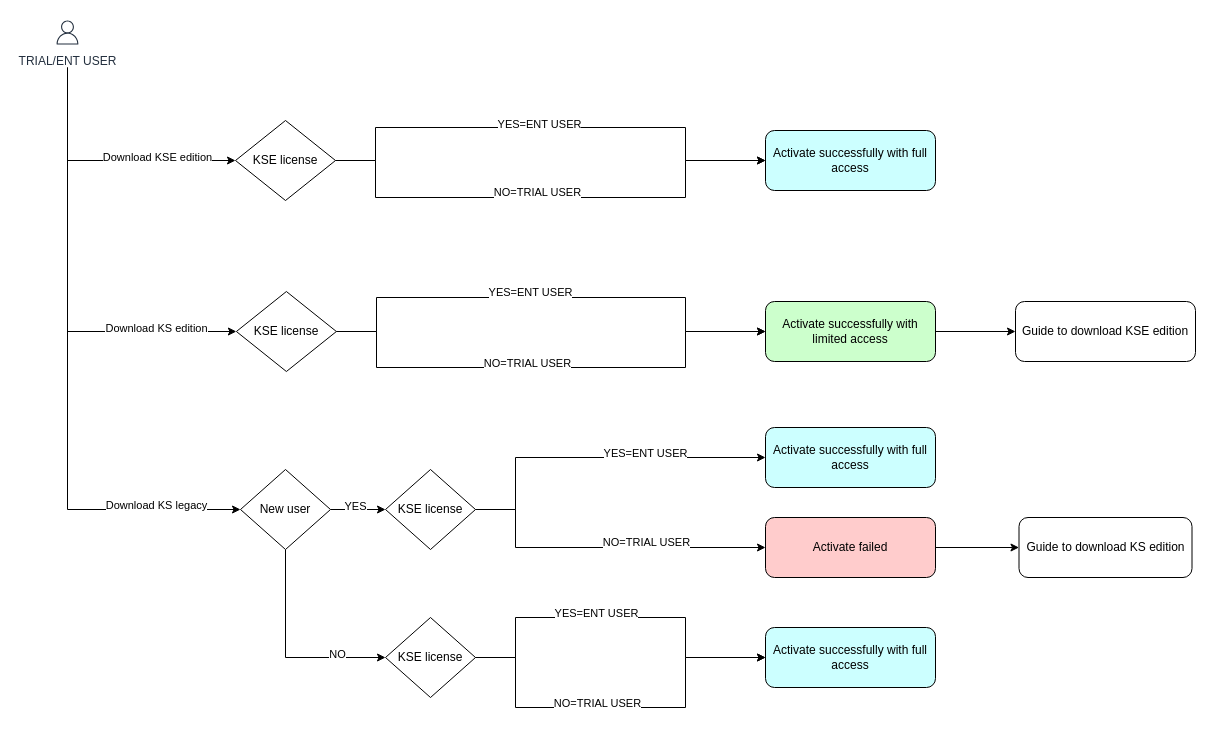
This is page "trial-paid-user-flow" (2 of 3) of free-trial-ent-activation-rule.drawio from nhpthuy/chart, a draw.io file, before an edit. Source tidied: cells renumbered, new cells numbered last; positions are measured from the earlier drawing's top-left corner, leaving out a move shared by most shapes. Both pictures are drawn from the tidied source at 100%, with x=0, y=0 at pixel (52, 17).
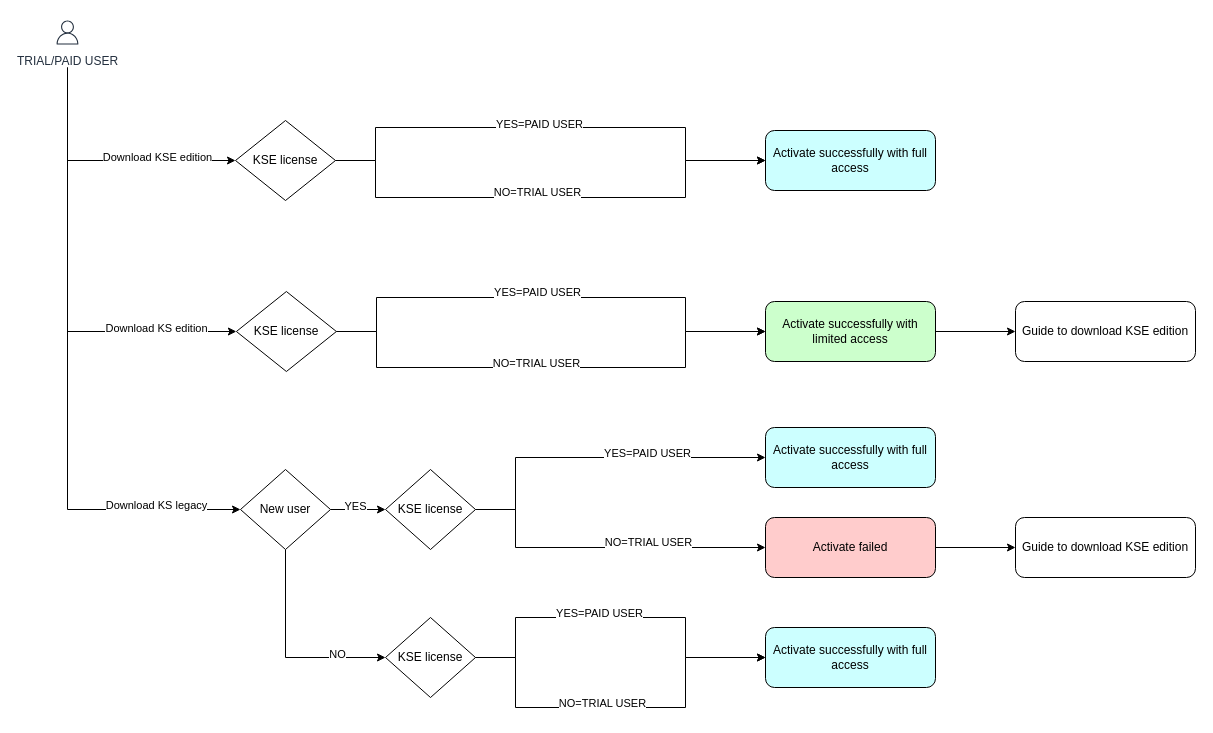
Above is the later version.

The change refers to these unchanged cells:
```xml
<mxCell id="2" style="edgeStyle=orthogonalEdgeStyle;rounded=0;jettySize=auto;html=1;entryX=0;entryY=0.5;entryDx=0;entryDy=0;" parent="1" edge="1" source="6" target="40">
  <mxGeometry relative="1" as="geometry">
    <Array as="points">
      <mxPoint x="323" y="143" />
      <mxPoint x="323" y="110" />
      <mxPoint x="633" y="110" />
      <mxPoint x="633" y="143" />
    </Array>
  </mxGeometry>
</mxCell>
<mxCell id="13" style="edgeStyle=orthogonalEdgeStyle;rounded=0;jettySize=auto;html=1;entryX=0;entryY=0.5;entryDx=0;entryDy=0;" parent="1" edge="1" source="17" target="42">
  <mxGeometry relative="1" as="geometry">
    <Array as="points">
      <mxPoint x="324" y="314" />
      <mxPoint x="324" y="280" />
      <mxPoint x="633" y="280" />
      <mxPoint x="633" y="314" />
    </Array>
  </mxGeometry>
</mxCell>
<mxCell id="15" style="edgeStyle=orthogonalEdgeStyle;rounded=0;jettySize=auto;html=1;entryX=0;entryY=0.5;entryDx=0;entryDy=0;" parent="1" edge="1" source="17" target="42">
  <mxGeometry relative="1" as="geometry">
    <Array as="points">
      <mxPoint x="324" y="314" />
      <mxPoint x="324" y="350" />
      <mxPoint x="633" y="350" />
      <mxPoint x="633" y="314" />
    </Array>
  </mxGeometry>
</mxCell>
<mxCell id="25" style="edgeStyle=orthogonalEdgeStyle;rounded=0;jettySize=auto;html=1;" parent="1" edge="1" source="29" target="30">
  <mxGeometry relative="1" as="geometry">
    <Array as="points">
      <mxPoint x="463" y="492" />
      <mxPoint x="463" y="440" />
    </Array>
  </mxGeometry>
</mxCell>
<mxCell id="27" style="edgeStyle=orthogonalEdgeStyle;rounded=0;jettySize=auto;html=1;entryX=0;entryY=0.5;entryDx=0;entryDy=0;" parent="1" edge="1" source="29" target="32">
  <mxGeometry relative="1" as="geometry">
    <Array as="points">
      <mxPoint x="463" y="492" />
      <mxPoint x="463" y="530" />
    </Array>
  </mxGeometry>
</mxCell>
<mxCell id="34" style="edgeStyle=orthogonalEdgeStyle;rounded=0;jettySize=auto;html=1;entryX=0;entryY=0.5;entryDx=0;entryDy=0;" parent="1" edge="1" source="36" target="39">
  <mxGeometry relative="1" as="geometry">
    <Array as="points">
      <mxPoint x="463" y="640" />
      <mxPoint x="463" y="690" />
      <mxPoint x="633" y="690" />
      <mxPoint x="633" y="640" />
    </Array>
  </mxGeometry>
</mxCell>
<mxCell id="37" style="edgeStyle=orthogonalEdgeStyle;rounded=0;jettySize=auto;html=1;exitX=1;exitY=0.5;exitDx=0;exitDy=0;" parent="1" edge="1" source="36" target="39">
  <mxGeometry relative="1" as="geometry">
    <Array as="points">
      <mxPoint x="463" y="640" />
      <mxPoint x="463" y="600" />
      <mxPoint x="633" y="600" />
      <mxPoint x="633" y="640" />
    </Array>
  </mxGeometry>
</mxCell>
```

Change to the diagram source:
```diff
@@
-    <mxCell id="3" value="YES=ENT USER" style="edgeLabel;html=1;align=center;verticalAlign=middle;" parent="2" vertex="1">
+    <mxCell id="3" value="YES=PAID USER" style="edgeLabel;html=1;align=center;verticalAlign=middle;" parent="2" vertex="1">
       <mxGeometry x="-0.18" y="4" relative="1" as="geometry">
         <mxPoint x="33" as="offset" />
       </mxGeometry>
     </mxCell>
@@
-    <mxCell id="12" value="TRIAL/ENT USER" style="sketch=0;fontColor=#232F3E;gradientColor=none;strokeColor=#232F3E;fillColor=#ffffff;dashed=0;verticalLabelPosition=bottom;verticalAlign=top;align=center;html=1;fontSize=12;fontStyle=0;shape=mxgraph.aws4.resourceIcon;resIcon=mxgraph.aws4.user;" parent="1" vertex="1">
+    <mxCell id="12" value="TRIAL/PAID USER" style="sketch=0;fontColor=#232F3E;gradientColor=none;strokeColor=#232F3E;fillColor=#ffffff;dashed=0;verticalLabelPosition=bottom;verticalAlign=top;align=center;html=1;fontSize=12;fontStyle=0;shape=mxgraph.aws4.resourceIcon;resIcon=mxgraph.aws4.user;" parent="1" vertex="1">
       <mxGeometry width="30" height="30" as="geometry" />
     </mxCell>
@@
-    <mxCell id="14" value="YES=ENT USER" style="edgeLabel;html=1;align=center;verticalAlign=middle;" parent="13" vertex="1">
+    <mxCell id="14" value="YES=PAID USER" style="edgeLabel;html=1;align=center;verticalAlign=middle;" parent="13" vertex="1">
       <mxGeometry x="-0.02" y="5" relative="1" as="geometry">
-        <mxPoint x="-16" y="-1" as="offset" />
+        <mxPoint x="-9" y="-1" as="offset" />
       </mxGeometry>
     </mxCell>
@@
     <mxCell id="16" value="NO=TRIAL USER" style="edgeLabel;html=1;align=center;verticalAlign=middle;" parent="15" vertex="1">
       <mxGeometry x="-0.26" y="2" relative="1" as="geometry">
-        <mxPoint x="42" y="-3" as="offset" />
+        <mxPoint x="51" y="-3" as="offset" />
       </mxGeometry>
     </mxCell>
@@
-    <mxCell id="26" value="YES=ENT USER" style="edgeLabel;html=1;align=center;verticalAlign=middle;" parent="25" vertex="1">
+    <mxCell id="26" value="YES=PAID USER" style="edgeLabel;html=1;align=center;verticalAlign=middle;" parent="25" vertex="1">
       <mxGeometry x="0.1" y="1" relative="1" as="geometry">
-        <mxPoint x="33" y="-4" as="offset" />
+        <mxPoint x="35" y="-4" as="offset" />
       </mxGeometry>
     </mxCell>
@@
     <mxCell id="28" value="NO=TRIAL USER" style="edgeLabel;html=1;align=center;verticalAlign=middle;" parent="27" vertex="1">
       <mxGeometry x="0.26" y="3" relative="1" as="geometry">
-        <mxPoint x="1" y="-3" as="offset" />
+        <mxPoint x="3" y="-3" as="offset" />
       </mxGeometry>
     </mxCell>
@@
-    <mxCell id="33" value="Guide to download KS edition" style="whiteSpace=wrap;html=1;rounded=1;" parent="1" vertex="1">
-      <mxGeometry x="966.5" y="500" width="173" height="60" as="geometry" />
+    <mxCell id="33" value="Guide to download KSE edition" style="whiteSpace=wrap;html=1;rounded=1;" parent="1" vertex="1">
+      <mxGeometry x="963" y="500" width="180" height="60" as="geometry" />
     </mxCell>
@@
     <mxCell id="35" value="NO=TRIAL USER" style="edgeLabel;html=1;align=center;verticalAlign=middle;" parent="34" vertex="1">
       <mxGeometry x="-0.34" y="5" relative="1" as="geometry">
-        <mxPoint x="42" as="offset" />
+        <mxPoint x="47" as="offset" />
       </mxGeometry>
     </mxCell>
@@
-    <mxCell id="38" value="YES=ENT USER" style="edgeLabel;html=1;align=center;verticalAlign=middle;" parent="37" vertex="1">
+    <mxCell id="38" value="YES=PAID USER" style="edgeLabel;html=1;align=center;verticalAlign=middle;" parent="37" vertex="1">
       <mxGeometry x="0.1" y="1" relative="1" as="geometry">
-        <mxPoint x="-44" y="-4" as="offset" />
+        <mxPoint x="-41" y="-4" as="offset" />
       </mxGeometry>
     </mxCell>
```
